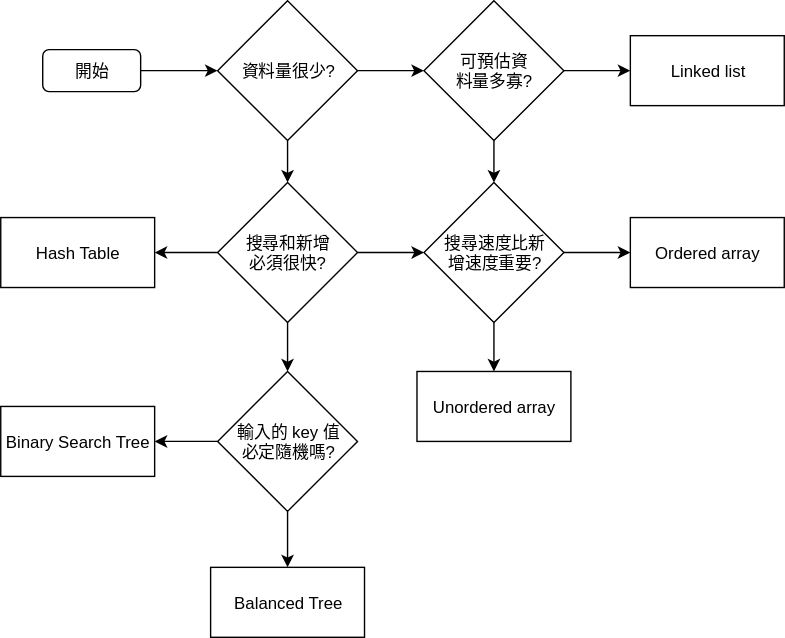
Above: .gitbook/assets/datastructure_decision_flow.svg in blackdiz/gitbook_abount_datastructrue_and_algorithms_in_java (draw.io), before the change. Source tidied: cells renumbered, new cells last; positions are measured from the earlier drawing's top-left corner, leaving out a move shared by most shapes. The source it was exported from:
```xml
<mxGraphModel>
  <root>
    <mxCell id="0" />
    <mxCell id="1" parent="0" />
    <mxCell id="2" value="開始" style="rounded=1;whiteSpace=wrap;html=1;" parent="1" vertex="1">
      <mxGeometry x="30" y="35" width="70" height="30" as="geometry" />
    </mxCell>
    <mxCell id="3" value="資料量很少?" style="rhombus;whiteSpace=wrap;html=1;" parent="1" vertex="1">
      <mxGeometry x="155" width="100" height="100" as="geometry" />
    </mxCell>
    <mxCell id="4" value="&lt;div&gt;可預估資&lt;/div&gt;&lt;div&gt;料量多寡?&lt;/div&gt;" style="rhombus;whiteSpace=wrap;html=1;" parent="1" vertex="1">
      <mxGeometry x="302.5" width="100" height="100" as="geometry" />
    </mxCell>
    <mxCell id="5" value="Linked list" style="rounded=0;whiteSpace=wrap;html=1;" parent="1" vertex="1">
      <mxGeometry x="450" y="25" width="110" height="50" as="geometry" />
    </mxCell>
    <mxCell id="6" value="&lt;div&gt;搜尋和新增&lt;/div&gt;&lt;div&gt;必須很快?&lt;/div&gt;" style="rhombus;whiteSpace=wrap;html=1;" parent="1" vertex="1">
      <mxGeometry x="155" y="130" width="100" height="100" as="geometry" />
    </mxCell>
    <mxCell id="7" value="&lt;div&gt;搜尋速度比新&lt;/div&gt;&lt;div&gt;增速度重要?&lt;/div&gt;" style="rhombus;whiteSpace=wrap;html=1;" parent="1" vertex="1">
      <mxGeometry x="302.5" y="130" width="100" height="100" as="geometry" />
    </mxCell>
    <mxCell id="8" value="&lt;div&gt;輸入的 key 值&lt;/div&gt;&lt;div&gt;必定隨機嗎?&lt;/div&gt;" style="rhombus;whiteSpace=wrap;html=1;" parent="1" vertex="1">
      <mxGeometry x="155" y="265" width="100" height="100" as="geometry" />
    </mxCell>
    <mxCell id="9" value="Ordered array" style="rounded=0;whiteSpace=wrap;html=1;" parent="1" vertex="1">
      <mxGeometry x="450" y="155" width="110" height="50" as="geometry" />
    </mxCell>
    <mxCell id="10" value="Unordered array" style="rounded=0;whiteSpace=wrap;html=1;" parent="1" vertex="1">
      <mxGeometry x="297.5" y="265" width="110" height="50" as="geometry" />
    </mxCell>
    <mxCell id="11" value="Balanced Tree" style="rounded=0;whiteSpace=wrap;html=1;" parent="1" vertex="1">
      <mxGeometry x="150" y="405" width="110" height="50" as="geometry" />
    </mxCell>
    <mxCell id="12" value="Binary Search Tree" style="rounded=0;whiteSpace=wrap;html=1;" parent="1" vertex="1">
      <mxGeometry y="290" width="110" height="50" as="geometry" />
    </mxCell>
    <mxCell id="13" value="Hash Table" style="rounded=0;whiteSpace=wrap;html=1;" parent="1" vertex="1">
      <mxGeometry y="155" width="110" height="50" as="geometry" />
    </mxCell>
    <mxCell id="14" style="endArrow=classic;html=1;" parent="1" edge="1" source="2" target="3">
      <mxGeometry relative="1" as="geometry" />
    </mxCell>
    <mxCell id="15" style="endArrow=classic;html=1;" parent="1" edge="1" source="3" target="4">
      <mxGeometry relative="1" as="geometry" />
    </mxCell>
    <mxCell id="16" style="endArrow=classic;html=1;" parent="1" edge="1" source="4" target="5">
      <mxGeometry relative="1" as="geometry" />
    </mxCell>
    <mxCell id="17" style="endArrow=classic;html=1;" parent="1" edge="1" source="4" target="7">
      <mxGeometry relative="1" as="geometry" />
    </mxCell>
    <mxCell id="18" style="endArrow=classic;html=1;" parent="1" edge="1" source="3" target="6">
      <mxGeometry relative="1" as="geometry" />
    </mxCell>
    <mxCell id="19" style="endArrow=classic;html=1;" parent="1" edge="1" source="6" target="13">
      <mxGeometry relative="1" as="geometry" />
    </mxCell>
    <mxCell id="20" style="endArrow=classic;html=1;" parent="1" edge="1" source="6" target="7">
      <mxGeometry relative="1" as="geometry" />
    </mxCell>
    <mxCell id="21" style="endArrow=classic;html=1;" parent="1" edge="1" source="6" target="8">
      <mxGeometry relative="1" as="geometry" />
    </mxCell>
    <mxCell id="22" style="endArrow=classic;html=1;" parent="1" edge="1" source="7" target="10">
      <mxGeometry relative="1" as="geometry" />
    </mxCell>
    <mxCell id="23" style="endArrow=classic;html=1;" parent="1" edge="1" source="7" target="9">
      <mxGeometry relative="1" as="geometry" />
    </mxCell>
    <mxCell id="24" style="endArrow=classic;html=1;" parent="1" edge="1" source="8" target="11">
      <mxGeometry relative="1" as="geometry" />
    </mxCell>
    <mxCell id="25" style="endArrow=classic;html=1;" parent="1" edge="1" source="8" target="12">
      <mxGeometry relative="1" as="geometry" />
    </mxCell>
  </root>
</mxGraphModel>
```
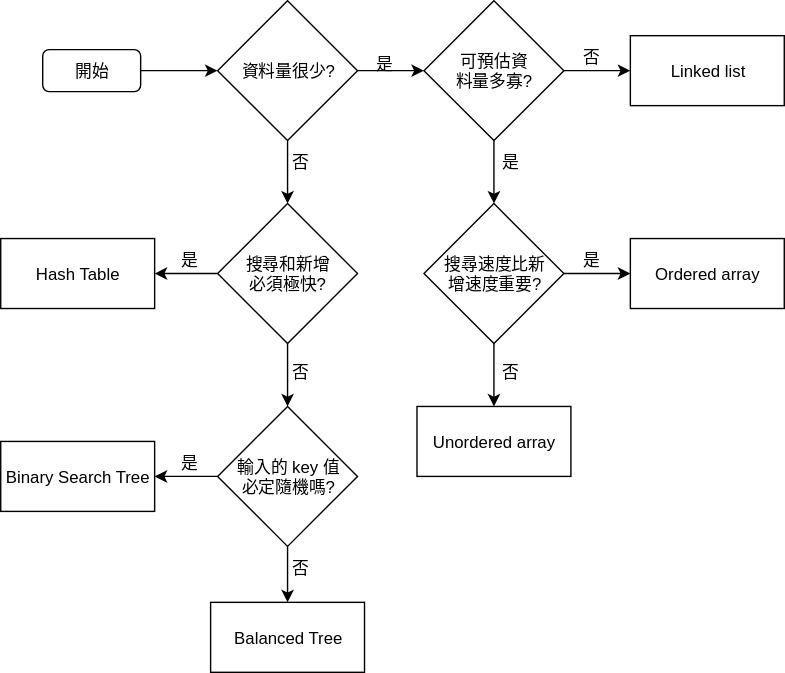
After the change.

Commit message:
GitBook: [master] one page and one asset modified

What changed in the source:
```diff
@@ -14,29 +14,29 @@
     <mxCell id="5" value="Linked list" style="rounded=0;whiteSpace=wrap;html=1;" parent="1" vertex="1">
       <mxGeometry x="450" y="25" width="110" height="50" as="geometry" />
     </mxCell>
-    <mxCell id="6" value="&lt;div&gt;搜尋和新增&lt;/div&gt;&lt;div&gt;必須很快?&lt;/div&gt;" style="rhombus;whiteSpace=wrap;html=1;" parent="1" vertex="1">
-      <mxGeometry x="155" y="130" width="100" height="100" as="geometry" />
+    <mxCell id="6" value="&lt;div&gt;搜尋和新增&lt;/div&gt;&lt;div&gt;必須極快?&lt;/div&gt;" style="rhombus;whiteSpace=wrap;html=1;" parent="1" vertex="1">
+      <mxGeometry x="155" y="145" width="100" height="100" as="geometry" />
     </mxCell>
     <mxCell id="7" value="&lt;div&gt;搜尋速度比新&lt;/div&gt;&lt;div&gt;增速度重要?&lt;/div&gt;" style="rhombus;whiteSpace=wrap;html=1;" parent="1" vertex="1">
-      <mxGeometry x="302.5" y="130" width="100" height="100" as="geometry" />
+      <mxGeometry x="302.5" y="145" width="100" height="100" as="geometry" />
     </mxCell>
     <mxCell id="8" value="&lt;div&gt;輸入的 key 值&lt;/div&gt;&lt;div&gt;必定隨機嗎?&lt;/div&gt;" style="rhombus;whiteSpace=wrap;html=1;" parent="1" vertex="1">
-      <mxGeometry x="155" y="265" width="100" height="100" as="geometry" />
+      <mxGeometry x="155" y="290" width="100" height="100" as="geometry" />
     </mxCell>
     <mxCell id="9" value="Ordered array" style="rounded=0;whiteSpace=wrap;html=1;" parent="1" vertex="1">
-      <mxGeometry x="450" y="155" width="110" height="50" as="geometry" />
+      <mxGeometry x="450" y="170" width="110" height="50" as="geometry" />
     </mxCell>
     <mxCell id="10" value="Unordered array" style="rounded=0;whiteSpace=wrap;html=1;" parent="1" vertex="1">
-      <mxGeometry x="297.5" y="265" width="110" height="50" as="geometry" />
+      <mxGeometry x="297.5" y="290" width="110" height="50" as="geometry" />
     </mxCell>
     <mxCell id="11" value="Balanced Tree" style="rounded=0;whiteSpace=wrap;html=1;" parent="1" vertex="1">
-      <mxGeometry x="150" y="405" width="110" height="50" as="geometry" />
+      <mxGeometry x="150" y="430" width="110" height="50" as="geometry" />
     </mxCell>
     <mxCell id="12" value="Binary Search Tree" style="rounded=0;whiteSpace=wrap;html=1;" parent="1" vertex="1">
-      <mxGeometry y="290" width="110" height="50" as="geometry" />
+      <mxGeometry y="315" width="110" height="50" as="geometry" />
     </mxCell>
     <mxCell id="13" value="Hash Table" style="rounded=0;whiteSpace=wrap;html=1;" parent="1" vertex="1">
-      <mxGeometry y="155" width="110" height="50" as="geometry" />
+      <mxGeometry y="170" width="110" height="50" as="geometry" />
     </mxCell>
     <mxCell id="14" style="endArrow=classic;html=1;" parent="1" edge="1" source="2" target="3">
       <mxGeometry relative="1" as="geometry" />
@@ -56,9 +56,6 @@
     <mxCell id="19" style="endArrow=classic;html=1;" parent="1" edge="1" source="6" target="13">
       <mxGeometry relative="1" as="geometry" />
     </mxCell>
-    <mxCell id="20" style="endArrow=classic;html=1;" parent="1" edge="1" source="6" target="7">
-      <mxGeometry relative="1" as="geometry" />
-    </mxCell>
     <mxCell id="21" style="endArrow=classic;html=1;" parent="1" edge="1" source="6" target="8">
       <mxGeometry relative="1" as="geometry" />
     </mxCell>
@@ -74,5 +71,35 @@
     <mxCell id="25" style="endArrow=classic;html=1;" parent="1" edge="1" source="8" target="12">
       <mxGeometry relative="1" as="geometry" />
     </mxCell>
+    <mxCell id="26" value="是" style="text;html=1;align=center;verticalAlign=middle;" parent="1" vertex="1">
+      <mxGeometry x="260" y="35" width="30" height="20" as="geometry" />
+    </mxCell>
+    <mxCell id="27" value="是" style="text;html=1;align=center;verticalAlign=middle;" parent="1" vertex="1">
+      <mxGeometry x="350" y="105" width="30" height="20" as="geometry" />
+    </mxCell>
+    <mxCell id="28" value="是" style="text;html=1;align=center;verticalAlign=middle;" parent="1" vertex="1">
+      <mxGeometry x="407.5" y="175" width="30" height="20" as="geometry" />
+    </mxCell>
+    <mxCell id="29" value="是" style="text;html=1;align=center;verticalAlign=middle;" parent="1" vertex="1">
+      <mxGeometry x="120" y="175" width="30" height="20" as="geometry" />
+    </mxCell>
+    <mxCell id="30" value="是" style="text;html=1;align=center;verticalAlign=middle;" parent="1" vertex="1">
+      <mxGeometry x="120" y="320" width="30" height="20" as="geometry" />
+    </mxCell>
+    <mxCell id="31" value="否" style="text;html=1;align=center;verticalAlign=middle;" parent="1" vertex="1">
+      <mxGeometry x="200" y="105" width="30" height="20" as="geometry" />
+    </mxCell>
+    <mxCell id="32" value="否" style="text;html=1;align=center;verticalAlign=middle;" parent="1" vertex="1">
+      <mxGeometry x="200" y="255" width="30" height="20" as="geometry" />
+    </mxCell>
+    <mxCell id="33" value="否" style="text;html=1;align=center;verticalAlign=middle;" parent="1" vertex="1">
+      <mxGeometry x="200" y="395" width="30" height="20" as="geometry" />
+    </mxCell>
+    <mxCell id="34" value="否" style="text;html=1;align=center;verticalAlign=middle;" parent="1" vertex="1">
+      <mxGeometry x="350" y="255" width="30" height="20" as="geometry" />
+    </mxCell>
+    <mxCell id="35" value="否" style="text;html=1;align=center;verticalAlign=middle;" parent="1" vertex="1">
+      <mxGeometry x="407.5" y="30" width="30" height="20" as="geometry" />
+    </mxCell>
   </root>
 </mxGraphModel>
```
